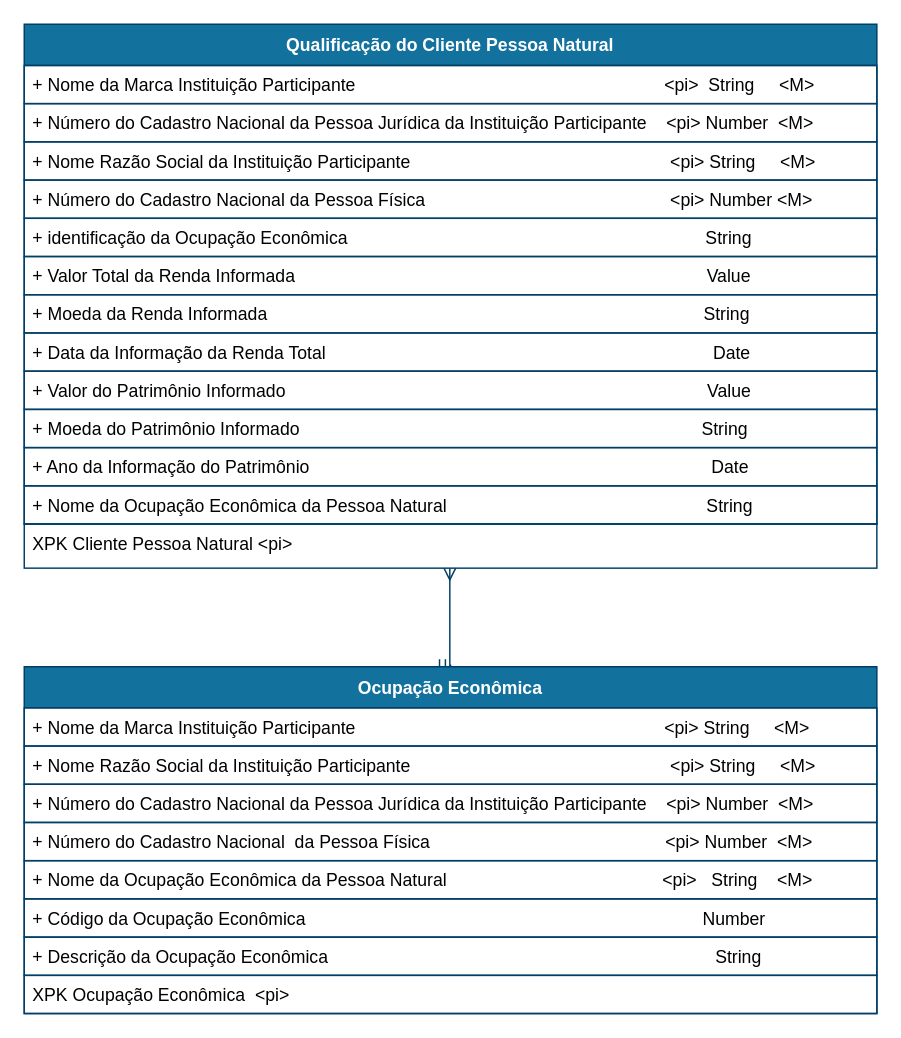
Before: draw_io_diagrams/customers/DER_Personal_Customers_Qualification.v1.drawio in OpenBanking-Brasil/areadesenvolvedor, a draw.io diagram. Source tidied: cells renumbered, new cells numbered last; positions are measured from the earlier drawing's top-left corner, leaving out a move shared by most shapes. Both pictures are drawn from the tidied source at 147%, with x=0, y=0 at pixel (24, 24).
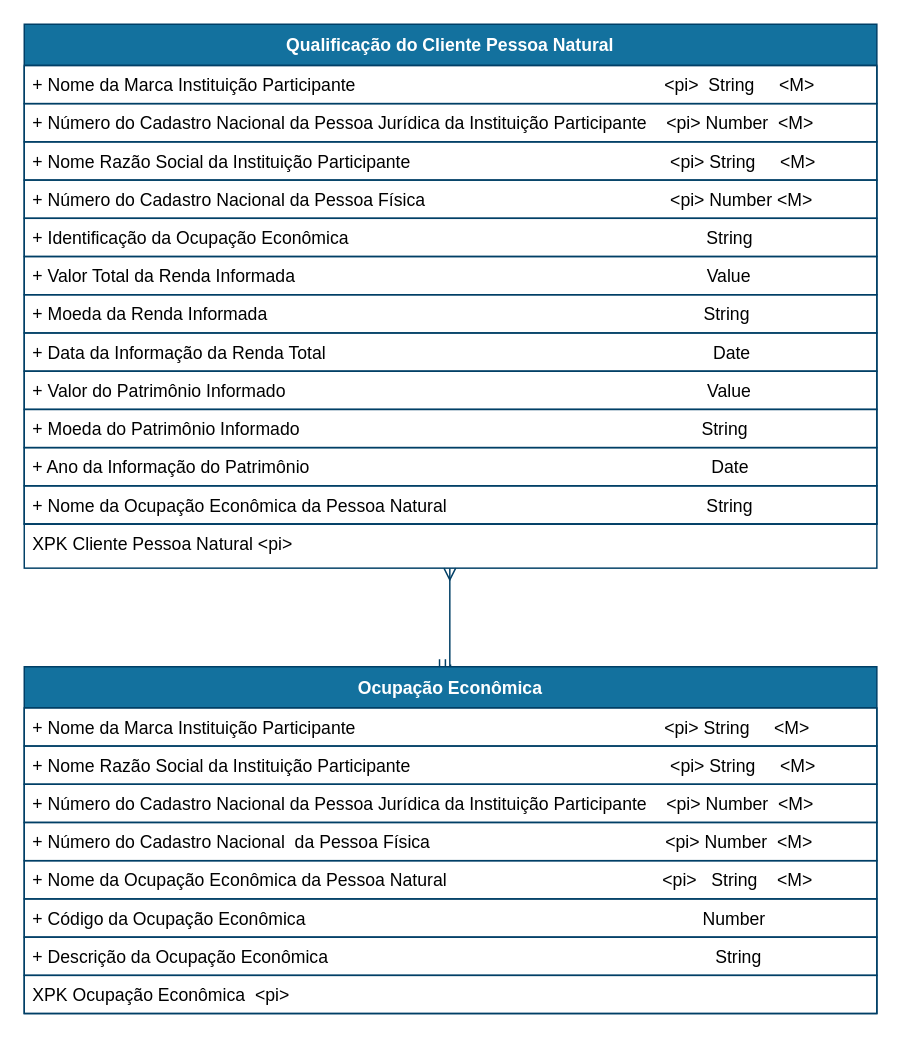
The same page after the edit.

The change refers to these unchanged cells:
```xml
<mxCell id="2" value="Qualificação do Cliente Pessoa Natural" style="swimlane;fontStyle=1;horizontal=1;startSize=28;rounded=0;shadow=0;comic=0;sketch=0;align=center;html=0;fillColor=#13719E;strokeColor=#003F66;fontColor=#FFFFFF;" parent="1" vertex="1">
  <mxGeometry width="580" height="340" as="geometry" />
</mxCell>
```

Diff of the diagram source:
```diff
@@
-    <mxCell id="7" value="+ identificação da Ocupação Econômica                                                                         String" style="text;fillColor=none;align=left;verticalAlign=top;spacingLeft=4;spacingRight=4;overflow=hidden;strokeColor=#003F66;" parent="2" vertex="1">
+    <mxCell id="7" value="+ Identificação da Ocupação Econômica                                                                         String" style="text;fillColor=none;align=left;verticalAlign=top;spacingLeft=4;spacingRight=4;overflow=hidden;strokeColor=#003F66;" parent="2" vertex="1">
       <mxGeometry y="132" width="580" height="26" as="geometry" />
     </mxCell>
```
